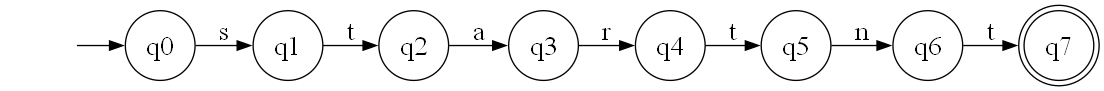
Earlier version of the Graphviz export src/automatas/Terminal/cosostartnt.gv.png (resalec2045/AFD-y-AFN). Its source is kept beside it as src/automatas/Terminal/cosostartnt.gv. Source of this version:
```dot
digraph "automatas/Terminal/cosostartnt" {
	graph [rankdir=LR]
	node [fontsize=20]
	edge [fontsize="20pt"]
	"" [label="" shape=plaintext]
	q7 [label=q7 shape=doublecircle]
	q5 [label=q5 shape=circle]
	q0 [label=q0 shape=circle]
	q2 [label=q2 shape=circle]
	q4 [label=q4 shape=circle]
	q1 [label=q1 shape=circle]
	q3 [label=q3 shape=circle]
	q6 [label=q6 shape=circle]
	"" -> q0 [label=""]
	q0 -> q1 [label=s]
	q1 -> q2 [label=t]
	q2 -> q3 [label=a]
	q3 -> q4 [label=r]
	q4 -> q5 [label=t]
	q5 -> q6 [label=n]
	q6 -> q7 [label=t]
}
```
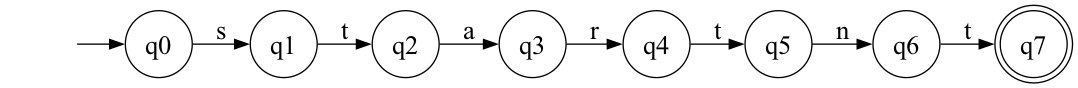
The same diagram one commit later.

The edit, as a diff of the source:
```diff
@@ -5,11 +5,11 @@
 	"" [label="" shape=plaintext]
 	q7 [label=q7 shape=doublecircle]
 	q5 [label=q5 shape=circle]
+	q3 [label=q3 shape=circle]
+	q4 [label=q4 shape=circle]
+	q2 [label=q2 shape=circle]
 	q0 [label=q0 shape=circle]
-	q2 [label=q2 shape=circle]
-	q4 [label=q4 shape=circle]
 	q1 [label=q1 shape=circle]
-	q3 [label=q3 shape=circle]
 	q6 [label=q6 shape=circle]
 	"" -> q0 [label=""]
 	q0 -> q1 [label=s]
```
